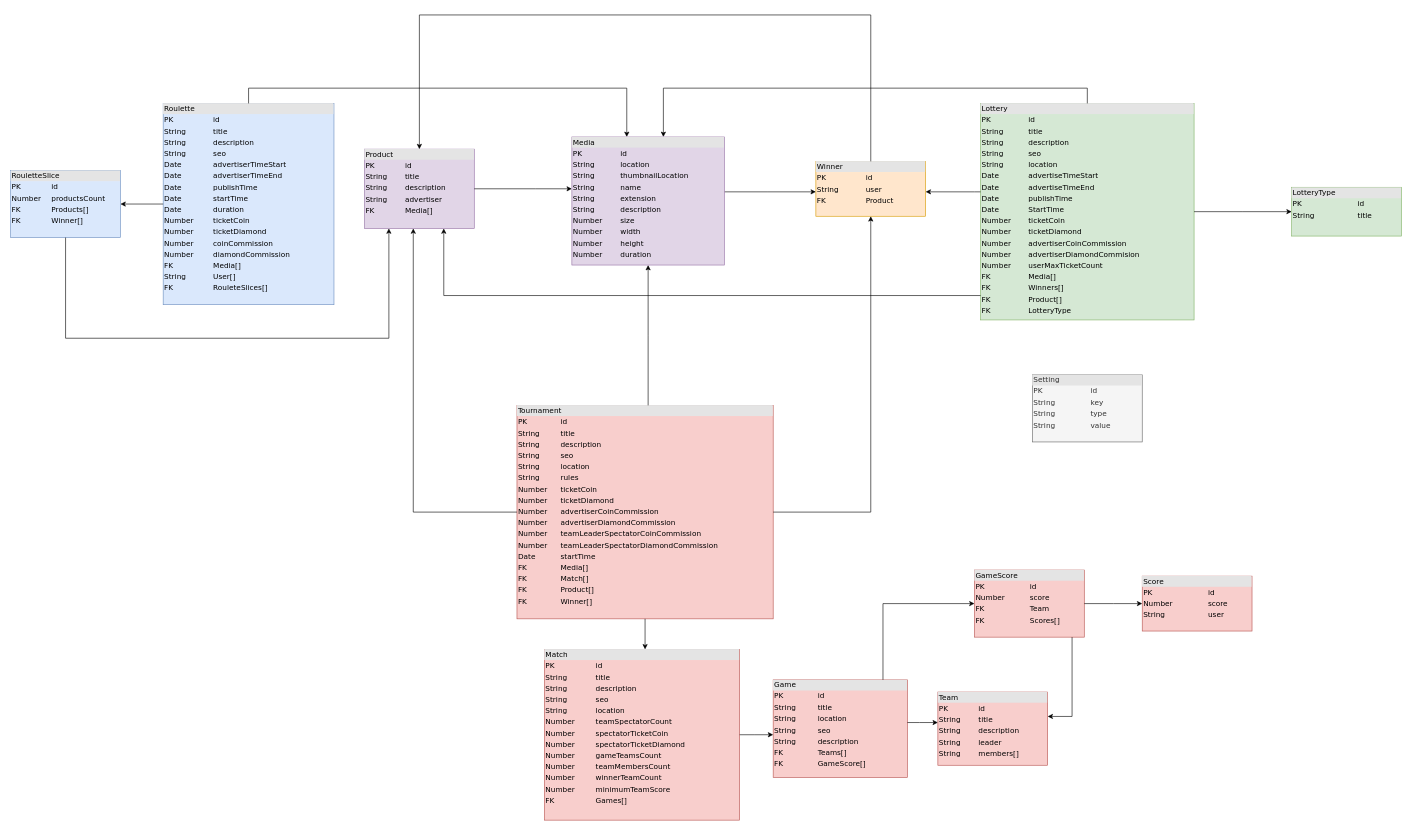
Amir8212Dv/diagram keeps this draw.io diagram as Untitled Diagram.drawio. Above is the earlier version. Source tidied: cells renumbered, new cells numbered last; positions are measured from the earlier drawing's top-left corner, leaving out a move shared by most shapes. Both pictures are drawn from the tidied source at 61%, with x=0, y=0 at pixel (10, 15).
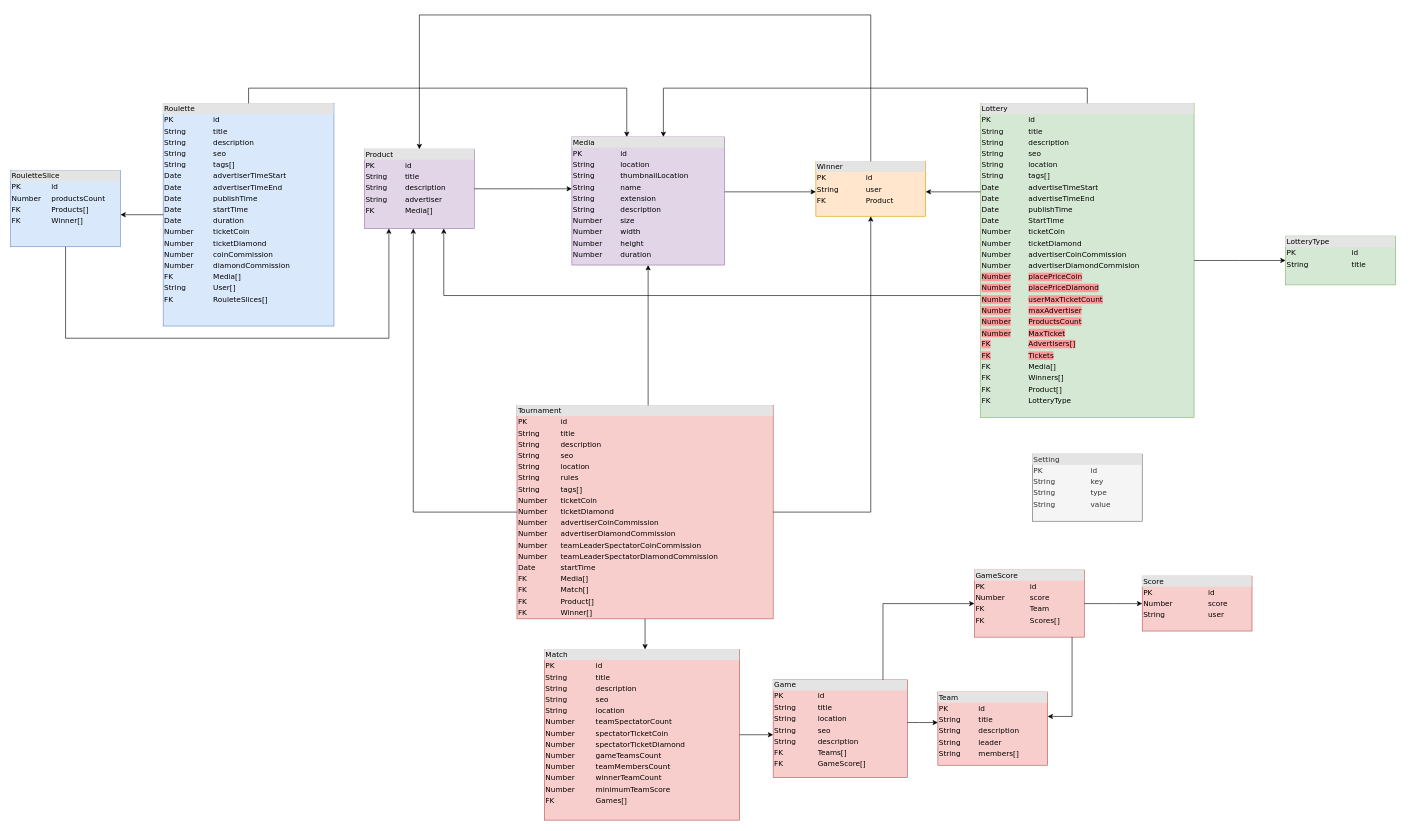
After the change.

The edit, as a diff of the source:
```diff
@@
-    <mxCell id="2" value="&lt;div style=&quot;box-sizing:border-box;width:100%;background:#e4e4e4;padding:2px;&quot;&gt;Roulette&lt;/div&gt;&lt;table style=&quot;width:100%;font-size:1em;&quot; cellpadding=&quot;2&quot; cellspacing=&quot;0&quot;&gt;&lt;tbody&gt;&lt;tr&gt;&lt;td&gt;PK&lt;/td&gt;&lt;td&gt;id&lt;/td&gt;&lt;/tr&gt;&lt;tr&gt;&lt;td&gt;String&lt;/td&gt;&lt;td&gt;title&lt;/td&gt;&lt;/tr&gt;&lt;tr&gt;&lt;td&gt;String&lt;/td&gt;&lt;td&gt;description&lt;/td&gt;&lt;/tr&gt;&lt;tr&gt;&lt;td&gt;String&lt;/td&gt;&lt;td&gt;seo&lt;/td&gt;&lt;/tr&gt;&lt;tr&gt;&lt;td&gt;Date&lt;/td&gt;&lt;td&gt;advertiserTimeStart&lt;/td&gt;&lt;/tr&gt;&lt;tr&gt;&lt;td&gt;Date&lt;/td&gt;&lt;td&gt;advertiserTimeEnd&lt;/td&gt;&lt;/tr&gt;&lt;tr&gt;&lt;td&gt;Date&lt;/td&gt;&lt;td&gt;publishTime&lt;/td&gt;&lt;/tr&gt;&lt;tr&gt;&lt;td&gt;Date&lt;/td&gt;&lt;td&gt;startTime&lt;/td&gt;&lt;/tr&gt;&lt;tr&gt;&lt;td&gt;Date&lt;/td&gt;&lt;td&gt;duration&lt;/td&gt;&lt;/tr&gt;&lt;tr&gt;&lt;td&gt;Number&lt;/td&gt;&lt;td&gt;ticketCoin&lt;/td&gt;&lt;/tr&gt;&lt;tr&gt;&lt;td&gt;Number&lt;/td&gt;&lt;td&gt;ticketDiamond&lt;/td&gt;&lt;/tr&gt;&lt;tr&gt;&lt;td&gt;Number&lt;/td&gt;&lt;td&gt;coinCommission&lt;/td&gt;&lt;/tr&gt;&lt;tr&gt;&lt;td&gt;Number&lt;/td&gt;&lt;td&gt;diamondCommission&lt;/td&gt;&lt;/tr&gt;&lt;tr&gt;&lt;td&gt;FK&lt;/td&gt;&lt;td&gt;Media[]&lt;/td&gt;&lt;/tr&gt;&lt;tr&gt;&lt;td&gt;String&lt;/td&gt;&lt;td&gt;User[]&lt;/td&gt;&lt;/tr&gt;&lt;tr&gt;&lt;td&gt;FK&lt;/td&gt;&lt;td&gt;RouleteSlices[]&lt;/td&gt;&lt;/tr&gt;&lt;/tbody&gt;&lt;/table&gt;" style="verticalAlign=top;align=left;overflow=fill;html=1;rounded=0;shadow=0;comic=0;labelBackgroundColor=none;strokeWidth=1;fontFamily=Verdana;fontSize=12;fillColor=#dae8fc;strokeColor=#6c8ebf;" parent="1" vertex="1">
-      <mxGeometry x="250" y="145" width="280" height="330" as="geometry" />
+    <mxCell id="2" value="&lt;div style=&quot;box-sizing:border-box;width:100%;background:#e4e4e4;padding:2px;&quot;&gt;Roulette&lt;/div&gt;&lt;table style=&quot;width:100%;font-size:1em;&quot; cellpadding=&quot;2&quot; cellspacing=&quot;0&quot;&gt;&lt;tbody&gt;&lt;tr&gt;&lt;td&gt;PK&lt;/td&gt;&lt;td&gt;id&lt;/td&gt;&lt;/tr&gt;&lt;tr&gt;&lt;td&gt;String&lt;/td&gt;&lt;td&gt;title&lt;/td&gt;&lt;/tr&gt;&lt;tr&gt;&lt;td&gt;String&lt;/td&gt;&lt;td&gt;description&lt;/td&gt;&lt;/tr&gt;&lt;tr&gt;&lt;td&gt;String&lt;/td&gt;&lt;td&gt;seo&lt;/td&gt;&lt;/tr&gt;&lt;tr&gt;&lt;td&gt;String&lt;/td&gt;&lt;td&gt;tags[]&lt;/td&gt;&lt;/tr&gt;&lt;tr&gt;&lt;td&gt;Date&lt;/td&gt;&lt;td&gt;advertiserTimeStart&lt;/td&gt;&lt;/tr&gt;&lt;tr&gt;&lt;td&gt;Date&lt;/td&gt;&lt;td&gt;advertiserTimeEnd&lt;/td&gt;&lt;/tr&gt;&lt;tr&gt;&lt;td&gt;Date&lt;/td&gt;&lt;td&gt;publishTime&lt;/td&gt;&lt;/tr&gt;&lt;tr&gt;&lt;td&gt;Date&lt;/td&gt;&lt;td&gt;startTime&lt;/td&gt;&lt;/tr&gt;&lt;tr&gt;&lt;td&gt;Date&lt;/td&gt;&lt;td&gt;duration&lt;/td&gt;&lt;/tr&gt;&lt;tr&gt;&lt;td&gt;Number&lt;/td&gt;&lt;td&gt;ticketCoin&lt;/td&gt;&lt;/tr&gt;&lt;tr&gt;&lt;td&gt;Number&lt;/td&gt;&lt;td&gt;ticketDiamond&lt;/td&gt;&lt;/tr&gt;&lt;tr&gt;&lt;td&gt;Number&lt;/td&gt;&lt;td&gt;coinCommission&lt;/td&gt;&lt;/tr&gt;&lt;tr&gt;&lt;td&gt;Number&lt;/td&gt;&lt;td&gt;diamondCommission&lt;/td&gt;&lt;/tr&gt;&lt;tr&gt;&lt;td&gt;FK&lt;/td&gt;&lt;td&gt;Media[]&lt;/td&gt;&lt;/tr&gt;&lt;tr&gt;&lt;td&gt;String&lt;/td&gt;&lt;td&gt;User[]&lt;/td&gt;&lt;/tr&gt;&lt;tr&gt;&lt;td&gt;FK&lt;/td&gt;&lt;td&gt;RouleteSlices[]&lt;/td&gt;&lt;/tr&gt;&lt;/tbody&gt;&lt;/table&gt;" style="verticalAlign=top;align=left;overflow=fill;html=1;rounded=0;shadow=0;comic=0;labelBackgroundColor=none;strokeWidth=1;fontFamily=Verdana;fontSize=12;fillColor=#dae8fc;strokeColor=#6c8ebf;" parent="1" vertex="1">
+      <mxGeometry x="250" y="145" width="280" height="365" as="geometry" />
     </mxCell>
@@
-    <mxCell id="4" value="&lt;div style=&quot;box-sizing: border-box ; width: 100% ; background: #e4e4e4 ; padding: 2px&quot;&gt;Tournament&lt;/div&gt;&lt;table style=&quot;width: 100% ; font-size: 1em&quot; cellpadding=&quot;2&quot; cellspacing=&quot;0&quot;&gt;&lt;tbody&gt;&lt;tr&gt;&lt;td&gt;PK&lt;/td&gt;&lt;td&gt;id&lt;/td&gt;&lt;/tr&gt;&lt;tr&gt;&lt;td&gt;String&lt;/td&gt;&lt;td&gt;title&lt;/td&gt;&lt;/tr&gt;&lt;tr&gt;&lt;td&gt;String&lt;/td&gt;&lt;td&gt;description&lt;/td&gt;&lt;/tr&gt;&lt;tr&gt;&lt;td&gt;String&lt;/td&gt;&lt;td&gt;seo&lt;/td&gt;&lt;/tr&gt;&lt;tr&gt;&lt;td&gt;String&lt;/td&gt;&lt;td&gt;location&lt;/td&gt;&lt;/tr&gt;&lt;tr&gt;&lt;td&gt;String&lt;/td&gt;&lt;td&gt;rules&lt;/td&gt;&lt;/tr&gt;&lt;tr&gt;&lt;td&gt;Number&lt;/td&gt;&lt;td&gt;ticketCoin&lt;/td&gt;&lt;/tr&gt;&lt;tr&gt;&lt;td&gt;Number&lt;/td&gt;&lt;td&gt;ticketDiamond&lt;/td&gt;&lt;/tr&gt;&lt;tr&gt;&lt;td&gt;Number&lt;/td&gt;&lt;td&gt;advertiserCoinCommission&lt;/td&gt;&lt;/tr&gt;&lt;tr&gt;&lt;td&gt;Number&lt;/td&gt;&lt;td&gt;advertiserDiamondCommission&lt;/td&gt;&lt;/tr&gt;&lt;tr&gt;&lt;td&gt;Number&lt;/td&gt;&lt;td&gt;teamLeaderSpectatorCoinCommission&lt;/td&gt;&lt;/tr&gt;&lt;tr&gt;&lt;td&gt;Number&lt;/td&gt;&lt;td&gt;teamLeaderSpectatorDiamondCommission&lt;/td&gt;&lt;/tr&gt;&lt;tr&gt;&lt;td&gt;Date&lt;/td&gt;&lt;td&gt;startTime&lt;/td&gt;&lt;/tr&gt;&lt;tr&gt;&lt;td&gt;FK&lt;/td&gt;&lt;td&gt;Media[]&lt;/td&gt;&lt;/tr&gt;&lt;tr&gt;&lt;td&gt;FK&lt;/td&gt;&lt;td&gt;Match[]&lt;/td&gt;&lt;/tr&gt;&lt;tr&gt;&lt;td&gt;FK&lt;/td&gt;&lt;td&gt;Product[]&lt;/td&gt;&lt;/tr&gt;&lt;tr&gt;&lt;td&gt;FK&lt;/td&gt;&lt;td&gt;Winner[]&lt;/td&gt;&lt;/tr&gt;&lt;tr&gt;&lt;td&gt;&lt;br&gt;&lt;/td&gt;&lt;td&gt;&lt;br&gt;&lt;/td&gt;&lt;/tr&gt;&lt;tr&gt;&lt;td&gt;&lt;br&gt;&lt;/td&gt;&lt;td&gt;&lt;br&gt;&lt;/td&gt;&lt;/tr&gt;&lt;/tbody&gt;&lt;/table&gt;" style="verticalAlign=top;align=left;overflow=fill;html=1;rounded=0;shadow=0;comic=0;labelBackgroundColor=none;strokeWidth=1;fontFamily=Verdana;fontSize=12;fillColor=#f8cecc;strokeColor=#b85450;" parent="1" vertex="1">
+    <mxCell id="4" value="&lt;div style=&quot;box-sizing: border-box ; width: 100% ; background: #e4e4e4 ; padding: 2px&quot;&gt;Tournament&lt;/div&gt;&lt;table style=&quot;width: 100% ; font-size: 1em&quot; cellpadding=&quot;2&quot; cellspacing=&quot;0&quot;&gt;&lt;tbody&gt;&lt;tr&gt;&lt;td&gt;PK&lt;/td&gt;&lt;td&gt;id&lt;/td&gt;&lt;/tr&gt;&lt;tr&gt;&lt;td&gt;String&lt;/td&gt;&lt;td&gt;title&lt;/td&gt;&lt;/tr&gt;&lt;tr&gt;&lt;td&gt;String&lt;/td&gt;&lt;td&gt;description&lt;/td&gt;&lt;/tr&gt;&lt;tr&gt;&lt;td&gt;String&lt;/td&gt;&lt;td&gt;seo&lt;/td&gt;&lt;/tr&gt;&lt;tr&gt;&lt;td&gt;String&lt;/td&gt;&lt;td&gt;location&lt;/td&gt;&lt;/tr&gt;&lt;tr&gt;&lt;td&gt;String&lt;/td&gt;&lt;td&gt;rules&lt;/td&gt;&lt;/tr&gt;&lt;tr&gt;&lt;td&gt;String&lt;/td&gt;&lt;td&gt;tags[]&lt;/td&gt;&lt;/tr&gt;&lt;tr&gt;&lt;td&gt;Number&lt;/td&gt;&lt;td&gt;ticketCoin&lt;/td&gt;&lt;/tr&gt;&lt;tr&gt;&lt;td&gt;Number&lt;/td&gt;&lt;td&gt;ticketDiamond&lt;/td&gt;&lt;/tr&gt;&lt;tr&gt;&lt;td&gt;Number&lt;/td&gt;&lt;td&gt;advertiserCoinCommission&lt;/td&gt;&lt;/tr&gt;&lt;tr&gt;&lt;td&gt;Number&lt;/td&gt;&lt;td&gt;advertiserDiamondCommission&lt;/td&gt;&lt;/tr&gt;&lt;tr&gt;&lt;td&gt;Number&lt;/td&gt;&lt;td&gt;teamLeaderSpectatorCoinCommission&lt;/td&gt;&lt;/tr&gt;&lt;tr&gt;&lt;td&gt;Number&lt;/td&gt;&lt;td&gt;teamLeaderSpectatorDiamondCommission&lt;/td&gt;&lt;/tr&gt;&lt;tr&gt;&lt;td&gt;Date&lt;/td&gt;&lt;td&gt;startTime&lt;/td&gt;&lt;/tr&gt;&lt;tr&gt;&lt;td&gt;FK&lt;/td&gt;&lt;td&gt;Media[]&lt;/td&gt;&lt;/tr&gt;&lt;tr&gt;&lt;td&gt;FK&lt;/td&gt;&lt;td&gt;Match[]&lt;/td&gt;&lt;/tr&gt;&lt;tr&gt;&lt;td&gt;FK&lt;/td&gt;&lt;td&gt;Product[]&lt;/td&gt;&lt;/tr&gt;&lt;tr&gt;&lt;td&gt;FK&lt;/td&gt;&lt;td&gt;Winner[]&lt;/td&gt;&lt;/tr&gt;&lt;tr&gt;&lt;td&gt;&lt;br&gt;&lt;/td&gt;&lt;td&gt;&lt;br&gt;&lt;/td&gt;&lt;/tr&gt;&lt;tr&gt;&lt;td&gt;&lt;br&gt;&lt;/td&gt;&lt;td&gt;&lt;br&gt;&lt;/td&gt;&lt;/tr&gt;&lt;/tbody&gt;&lt;/table&gt;" style="verticalAlign=top;align=left;overflow=fill;html=1;rounded=0;shadow=0;comic=0;labelBackgroundColor=none;strokeWidth=1;fontFamily=Verdana;fontSize=12;fillColor=#f8cecc;strokeColor=#b85450;" parent="1" vertex="1">
       <mxGeometry x="830" y="640" width="420" height="350" as="geometry" />
     </mxCell>
     <mxCell id="5" value="&lt;div style=&quot;box-sizing:border-box;width:100%;background:#e4e4e4;padding:2px;&quot;&gt;RouletteSlice&lt;/div&gt;&lt;table style=&quot;width:100%;font-size:1em;&quot; cellpadding=&quot;2&quot; cellspacing=&quot;0&quot;&gt;&lt;tbody&gt;&lt;tr&gt;&lt;td&gt;PK&lt;/td&gt;&lt;td&gt;id&lt;/td&gt;&lt;/tr&gt;&lt;tr&gt;&lt;td&gt;Number&lt;/td&gt;&lt;td&gt;productsCount&lt;/td&gt;&lt;/tr&gt;&lt;tr&gt;&lt;td&gt;FK&lt;/td&gt;&lt;td&gt;Products[]&lt;/td&gt;&lt;/tr&gt;&lt;tr&gt;&lt;td&gt;FK&lt;/td&gt;&lt;td&gt;Winner[]&lt;/td&gt;&lt;/tr&gt;&lt;/tbody&gt;&lt;/table&gt;" style="verticalAlign=top;align=left;overflow=fill;html=1;rounded=0;shadow=0;comic=0;labelBackgroundColor=none;strokeWidth=1;fontFamily=Verdana;fontSize=12;fillColor=#dae8fc;strokeColor=#6c8ebf;" parent="1" vertex="1">
-      <mxGeometry y="255" width="180" height="110" as="geometry" />
+      <mxGeometry y="255" width="180" height="125" as="geometry" />
     </mxCell>
@@
     <mxCell id="7" value="&lt;div style=&quot;box-sizing: border-box ; width: 100% ; background: #e4e4e4 ; padding: 2px&quot;&gt;Setting&lt;/div&gt;&lt;table style=&quot;width: 100% ; font-size: 1em&quot; cellpadding=&quot;2&quot; cellspacing=&quot;0&quot;&gt;&lt;tbody&gt;&lt;tr&gt;&lt;td&gt;PK&lt;/td&gt;&lt;td&gt;id&lt;/td&gt;&lt;/tr&gt;&lt;tr&gt;&lt;td&gt;String&lt;/td&gt;&lt;td&gt;key&lt;/td&gt;&lt;/tr&gt;&lt;tr&gt;&lt;td&gt;String&lt;/td&gt;&lt;td&gt;type&lt;/td&gt;&lt;/tr&gt;&lt;tr&gt;&lt;td&gt;String&lt;/td&gt;&lt;td&gt;value&lt;/td&gt;&lt;/tr&gt;&lt;tr&gt;&lt;td&gt;&lt;br&gt;&lt;/td&gt;&lt;td&gt;&lt;br&gt;&lt;/td&gt;&lt;/tr&gt;&lt;/tbody&gt;&lt;/table&gt;" style="verticalAlign=top;align=left;overflow=fill;html=1;rounded=0;shadow=0;comic=0;labelBackgroundColor=none;strokeWidth=1;fontFamily=Verdana;fontSize=12;fillColor=#f5f5f5;strokeColor=#666666;fontColor=#333333;" parent="1" vertex="1">
-      <mxGeometry x="1675" y="590" width="180" height="110" as="geometry" />
+      <mxGeometry x="1675" y="720" width="180" height="110" as="geometry" />
     </mxCell>
@@
-    <mxCell id="11" value="&lt;div style=&quot;box-sizing:border-box;width:100%;background:#e4e4e4;padding:2px;&quot;&gt;Lottery&lt;/div&gt;&lt;table style=&quot;width:100%;font-size:1em;&quot; cellpadding=&quot;2&quot; cellspacing=&quot;0&quot;&gt;&lt;tbody&gt;&lt;tr&gt;&lt;td&gt;PK&lt;/td&gt;&lt;td&gt;id&lt;/td&gt;&lt;/tr&gt;&lt;tr&gt;&lt;td&gt;String&lt;/td&gt;&lt;td&gt;title&lt;/td&gt;&lt;/tr&gt;&lt;tr&gt;&lt;td&gt;String&lt;/td&gt;&lt;td&gt;description&lt;/td&gt;&lt;/tr&gt;&lt;tr&gt;&lt;td&gt;String&lt;/td&gt;&lt;td&gt;seo&lt;/td&gt;&lt;/tr&gt;&lt;tr&gt;&lt;td&gt;String&lt;/td&gt;&lt;td&gt;location&lt;/td&gt;&lt;/tr&gt;&lt;tr&gt;&lt;td&gt;Date&lt;/td&gt;&lt;td&gt;advertiseTimeStart&lt;/td&gt;&lt;/tr&gt;&lt;tr&gt;&lt;td&gt;Date&lt;/td&gt;&lt;td&gt;advertiseTimeEnd&lt;/td&gt;&lt;/tr&gt;&lt;tr&gt;&lt;td&gt;Date&lt;/td&gt;&lt;td&gt;publishTime&lt;/td&gt;&lt;/tr&gt;&lt;tr&gt;&lt;td&gt;Date&lt;/td&gt;&lt;td&gt;StartTime&lt;/td&gt;&lt;/tr&gt;&lt;tr&gt;&lt;td&gt;Number&lt;/td&gt;&lt;td&gt;ticketCoin&lt;/td&gt;&lt;/tr&gt;&lt;tr&gt;&lt;td&gt;Number&lt;/td&gt;&lt;td&gt;ticketDiamond&lt;/td&gt;&lt;/tr&gt;&lt;tr&gt;&lt;td&gt;Number&lt;/td&gt;&lt;td&gt;advertiserCoinCommission&lt;/td&gt;&lt;/tr&gt;&lt;tr&gt;&lt;td&gt;Number&lt;/td&gt;&lt;td&gt;advertiserDiamondCommision&lt;/td&gt;&lt;/tr&gt;&lt;tr&gt;&lt;td&gt;Number&lt;/td&gt;&lt;td&gt;userMaxTicketCount&lt;/td&gt;&lt;/tr&gt;&lt;tr&gt;&lt;td&gt;FK&lt;/td&gt;&lt;td&gt;Media[]&lt;br&gt;&lt;/td&gt;&lt;/tr&gt;&lt;tr&gt;&lt;td&gt;FK&lt;/td&gt;&lt;td&gt;Winners[]&lt;/td&gt;&lt;/tr&gt;&lt;tr&gt;&lt;td&gt;FK&lt;/td&gt;&lt;td&gt;Product[]&lt;/td&gt;&lt;/tr&gt;&lt;tr&gt;&lt;td&gt;FK&lt;/td&gt;&lt;td&gt;LotteryType&lt;/td&gt;&lt;/tr&gt;&lt;/tbody&gt;&lt;/table&gt;" style="verticalAlign=top;align=left;overflow=fill;html=1;rounded=0;shadow=0;comic=0;labelBackgroundColor=none;strokeWidth=1;fontFamily=Verdana;fontSize=12;fillColor=#d5e8d4;strokeColor=#82b366;" parent="1" vertex="1">
-      <mxGeometry x="1590" y="145" width="350" height="355" as="geometry" />
+    <mxCell id="11" value="&lt;div style=&quot;box-sizing:border-box;width:100%;background:#e4e4e4;padding:2px;&quot;&gt;Lottery&lt;/div&gt;&lt;table style=&quot;width:100%;font-size:1em;&quot; cellpadding=&quot;2&quot; cellspacing=&quot;0&quot;&gt;&lt;tbody&gt;&lt;tr&gt;&lt;td&gt;PK&lt;/td&gt;&lt;td&gt;id&lt;/td&gt;&lt;/tr&gt;&lt;tr&gt;&lt;td&gt;String&lt;/td&gt;&lt;td&gt;title&lt;/td&gt;&lt;/tr&gt;&lt;tr&gt;&lt;td&gt;String&lt;/td&gt;&lt;td&gt;description&lt;/td&gt;&lt;/tr&gt;&lt;tr&gt;&lt;td&gt;String&lt;/td&gt;&lt;td&gt;seo&lt;/td&gt;&lt;/tr&gt;&lt;tr&gt;&lt;td&gt;String&lt;/td&gt;&lt;td&gt;location&lt;br&gt;&lt;/td&gt;&lt;/tr&gt;&lt;tr&gt;&lt;td&gt;String&lt;/td&gt;&lt;td&gt;tags[]&lt;/td&gt;&lt;/tr&gt;&lt;tr&gt;&lt;td&gt;Date&lt;/td&gt;&lt;td&gt;advertiseTimeStart&lt;/td&gt;&lt;/tr&gt;&lt;tr&gt;&lt;td&gt;Date&lt;/td&gt;&lt;td&gt;advertiseTimeEnd&lt;/td&gt;&lt;/tr&gt;&lt;tr&gt;&lt;td&gt;Date&lt;/td&gt;&lt;td&gt;publishTime&lt;/td&gt;&lt;/tr&gt;&lt;tr&gt;&lt;td&gt;Date&lt;/td&gt;&lt;td&gt;StartTime&lt;/td&gt;&lt;/tr&gt;&lt;tr&gt;&lt;td&gt;Number&lt;/td&gt;&lt;td&gt;ticketCoin&lt;/td&gt;&lt;/tr&gt;&lt;tr&gt;&lt;td&gt;Number&lt;/td&gt;&lt;td&gt;ticketDiamond&lt;/td&gt;&lt;/tr&gt;&lt;tr&gt;&lt;td&gt;Number&lt;/td&gt;&lt;td&gt;advertiserCoinCommission&lt;/td&gt;&lt;/tr&gt;&lt;tr&gt;&lt;td&gt;Number&lt;/td&gt;&lt;td&gt;advertiserDiamondCommision&lt;/td&gt;&lt;/tr&gt;&lt;tr&gt;&lt;td&gt;&lt;span style=&quot;background-color: rgb(255, 153, 153);&quot;&gt;Number&lt;/span&gt;&lt;/td&gt;&lt;td&gt;&lt;span style=&quot;background-color: rgb(255, 153, 153);&quot;&gt;placePriceCoin&lt;/span&gt;&lt;/td&gt;&lt;/tr&gt;&lt;tr&gt;&lt;td&gt;&lt;span style=&quot;background-color: rgb(255, 153, 153);&quot;&gt;Number&lt;/span&gt;&lt;/td&gt;&lt;td&gt;&lt;span style=&quot;background-color: rgb(255, 153, 153);&quot;&gt;placePriceDiamond&lt;/span&gt;&lt;/td&gt;&lt;/tr&gt;&lt;tr&gt;&lt;td&gt;&lt;span style=&quot;background-color: rgb(255, 153, 153);&quot;&gt;Number&lt;/span&gt;&lt;/td&gt;&lt;td&gt;&lt;span style=&quot;background-color: rgb(255, 153, 153);&quot;&gt;userMaxTicketCount&lt;/span&gt;&lt;/td&gt;&lt;/tr&gt;&lt;tr&gt;&lt;td&gt;&lt;span style=&quot;background-color: rgb(255, 153, 153);&quot;&gt;Number&lt;/span&gt;&lt;/td&gt;&lt;td&gt;&lt;span style=&quot;background-color: rgb(255, 153, 153);&quot;&gt;maxAdvertiser&lt;/span&gt;&lt;/td&gt;&lt;/tr&gt;&lt;tr&gt;&lt;td&gt;&lt;span style=&quot;background-color: rgb(255, 153, 153);&quot;&gt;Number&lt;/span&gt;&lt;/td&gt;&lt;td&gt;&lt;span style=&quot;background-color: rgb(255, 153, 153);&quot;&gt;ProductsCount&lt;/span&gt;&lt;/td&gt;&lt;/tr&gt;&lt;tr&gt;&lt;td&gt;&lt;span style=&quot;background-color: rgb(255, 153, 153);&quot;&gt;Number&lt;/span&gt;&lt;/td&gt;&lt;td&gt;&lt;span style=&quot;background-color: rgb(255, 153, 153);&quot;&gt;MaxTicket&lt;/span&gt;&lt;/td&gt;&lt;/tr&gt;&lt;tr&gt;&lt;td&gt;&lt;span style=&quot;background-color: rgb(255, 153, 153);&quot;&gt;FK&lt;/span&gt;&lt;/td&gt;&lt;td&gt;&lt;span style=&quot;background-color: rgb(255, 153, 153);&quot;&gt;Advertisers[]&lt;/span&gt;&lt;/td&gt;&lt;/tr&gt;&lt;tr&gt;&lt;td&gt;&lt;span style=&quot;background-color: rgb(255, 153, 153);&quot;&gt;FK&lt;/span&gt;&lt;/td&gt;&lt;td&gt;&lt;span style=&quot;background-color: rgb(255, 153, 153);&quot;&gt;Tickets&lt;/span&gt;&lt;/td&gt;&lt;/tr&gt;&lt;tr&gt;&lt;td&gt;FK&lt;/td&gt;&lt;td&gt;Media[]&lt;br&gt;&lt;/td&gt;&lt;/tr&gt;&lt;tr&gt;&lt;td&gt;FK&lt;/td&gt;&lt;td&gt;Winners[]&lt;/td&gt;&lt;/tr&gt;&lt;tr&gt;&lt;td&gt;FK&lt;/td&gt;&lt;td&gt;Product[]&lt;/td&gt;&lt;/tr&gt;&lt;tr&gt;&lt;td&gt;FK&lt;/td&gt;&lt;td&gt;LotteryType&lt;/td&gt;&lt;/tr&gt;&lt;/tbody&gt;&lt;/table&gt;" style="verticalAlign=top;align=left;overflow=fill;html=1;rounded=0;shadow=0;comic=0;labelBackgroundColor=none;strokeWidth=1;fontFamily=Verdana;fontSize=12;fillColor=#d5e8d4;strokeColor=#82b366;" parent="1" vertex="1">
+      <mxGeometry x="1590" y="145" width="350" height="515" as="geometry" />
     </mxCell>
@@
     <mxCell id="31" value="&lt;div style=&quot;box-sizing: border-box ; width: 100% ; background: #e4e4e4 ; padding: 2px&quot;&gt;LotteryType&lt;/div&gt;&lt;table style=&quot;width: 100% ; font-size: 1em&quot; cellpadding=&quot;2&quot; cellspacing=&quot;0&quot;&gt;&lt;tbody&gt;&lt;tr&gt;&lt;td&gt;PK&lt;/td&gt;&lt;td&gt;id&lt;/td&gt;&lt;/tr&gt;&lt;tr&gt;&lt;td&gt;String&lt;/td&gt;&lt;td&gt;title&lt;/td&gt;&lt;/tr&gt;&lt;/tbody&gt;&lt;/table&gt;" style="verticalAlign=top;align=left;overflow=fill;html=1;rounded=0;shadow=0;comic=0;labelBackgroundColor=none;strokeWidth=1;fontFamily=Verdana;fontSize=12;fillColor=#d5e8d4;strokeColor=#82b366;" parent="1" vertex="1">
-      <mxGeometry x="2100" y="282.5" width="180" height="80" as="geometry" />
+      <mxGeometry x="2090" y="362.5" width="180" height="80" as="geometry" />
     </mxCell>
```
